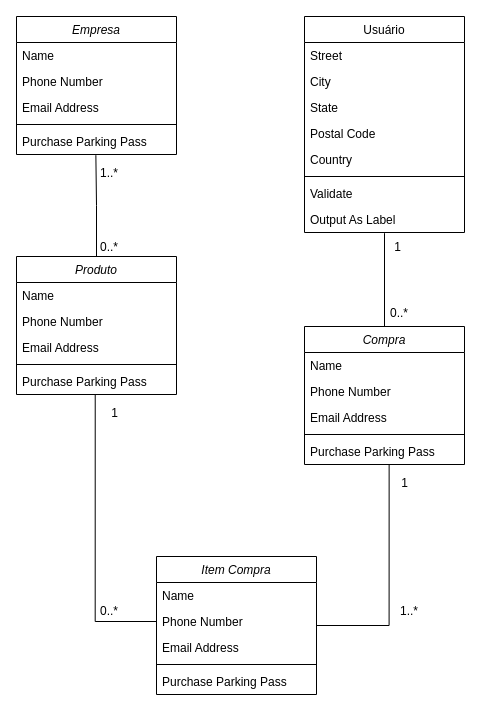
kenzomurata/aula-de-programacao keeps this draw.io diagram as Diagrama sem nome.drawio. Above is the earlier version. Source tidied: cells renumbered, new cells numbered last; positions are measured from the earlier drawing's top-left corner, leaving out a move shared by most shapes. Both pictures are drawn from the tidied source at 100%, with x=0, y=0 at pixel (-4, 16).
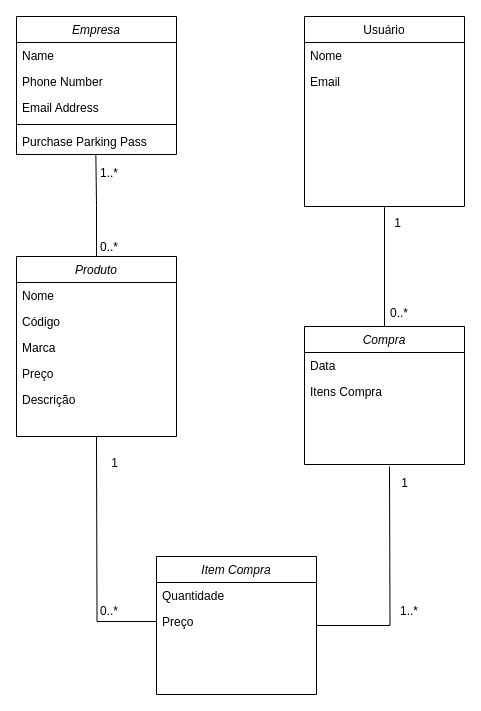
The same diagram, later.

Unchanged cells that the change refers to:
```xml
<mxCell id="25" value="Compra" style="swimlane;fontStyle=2;align=center;verticalAlign=top;horizontal=1;startSize=26;rounded=0;shadow=0;strokeWidth=1;" parent="1" vertex="1">
  <mxGeometry x="308" y="310" width="160" height="138" as="geometry" />
</mxCell>
<mxCell id="33" value="Item Compra" style="swimlane;fontStyle=2;align=center;verticalAlign=top;horizontal=1;startSize=26;rounded=0;shadow=0;strokeWidth=1;" parent="1" vertex="1">
  <mxGeometry x="160" y="540" width="160" height="138" as="geometry" />
</mxCell>
```

The edit, as a diff of the source:
```diff
@@
     <mxCell id="8" value="Usuário" style="swimlane;fontStyle=0;align=center;verticalAlign=top;horizontal=1;startSize=26;rounded=0;shadow=0;strokeWidth=1;" parent="1" vertex="1">
-      <mxGeometry x="308" width="160" height="216" as="geometry" />
+      <mxGeometry x="308" width="160" height="190" as="geometry" />
     </mxCell>
-    <mxCell id="9" value="Street" style="text;align=left;verticalAlign=top;spacingLeft=4;spacingRight=4;overflow=hidden;" parent="8" vertex="1">
+    <mxCell id="9" value="Nome" style="text;align=left;verticalAlign=top;spacingLeft=4;spacingRight=4;overflow=hidden;" parent="8" vertex="1">
       <mxGeometry y="26" width="160" height="26" as="geometry" />
     </mxCell>
-    <mxCell id="10" value="City" style="text;align=left;verticalAlign=top;spacingLeft=4;spacingRight=4;overflow=hidden;rounded=0;shadow=0;html=0;" parent="8" vertex="1">
+    <mxCell id="10" value="Email" style="text;align=left;verticalAlign=top;spacingLeft=4;spacingRight=4;overflow=hidden;rounded=0;shadow=0;html=0;" parent="8" vertex="1">
       <mxGeometry y="52" width="160" height="26" as="geometry" />
     </mxCell>
-    <mxCell id="11" value="State" style="text;align=left;verticalAlign=top;spacingLeft=4;spacingRight=4;overflow=hidden;rounded=0;shadow=0;html=0;" parent="8" vertex="1">
-      <mxGeometry y="78" width="160" height="26" as="geometry" />
-    </mxCell>
-    <mxCell id="12" value="Postal Code" style="text;align=left;verticalAlign=top;spacingLeft=4;spacingRight=4;overflow=hidden;rounded=0;shadow=0;html=0;" parent="8" vertex="1">
-      <mxGeometry y="104" width="160" height="26" as="geometry" />
-    </mxCell>
-    <mxCell id="13" value="Country" style="text;align=left;verticalAlign=top;spacingLeft=4;spacingRight=4;overflow=hidden;rounded=0;shadow=0;html=0;" parent="8" vertex="1">
-      <mxGeometry y="130" width="160" height="26" as="geometry" />
-    </mxCell>
-    <mxCell id="14" style="line;html=1;strokeWidth=1;align=left;verticalAlign=middle;spacingTop=-1;spacingLeft=3;spacingRight=3;labelPosition=right;" parent="8" vertex="1">
-      <mxGeometry y="156" width="160" height="8" as="geometry" />
-    </mxCell>
-    <mxCell id="15" value="Validate" style="text;align=left;verticalAlign=top;spacingLeft=4;spacingRight=4;overflow=hidden;" parent="8" vertex="1">
-      <mxGeometry y="164" width="160" height="26" as="geometry" />
-    </mxCell>
-    <mxCell id="16" value="Output As Label" style="text;align=left;verticalAlign=top;spacingLeft=4;spacingRight=4;overflow=hidden;points=[[0,0.5],[1,0.5]];portConstraint=eastwest;" parent="8" vertex="1">
-      <mxGeometry y="190" width="160" height="26" as="geometry" />
-    </mxCell>
@@
     <mxCell id="18" value="Produto" style="swimlane;fontStyle=2;align=center;verticalAlign=top;horizontal=1;startSize=26;rounded=0;shadow=0;strokeWidth=1;" parent="1" vertex="1">
-      <mxGeometry x="20" y="240" width="160" height="138" as="geometry" />
+      <mxGeometry x="20" y="240" width="160" height="180" as="geometry" />
     </mxCell>
-    <mxCell id="19" value="Name" style="text;align=left;verticalAlign=top;spacingLeft=4;spacingRight=4;overflow=hidden;" parent="18" vertex="1">
+    <mxCell id="19" value="Nome" style="text;align=left;verticalAlign=top;spacingLeft=4;spacingRight=4;overflow=hidden;" parent="18" vertex="1">
       <mxGeometry y="26" width="160" height="26" as="geometry" />
     </mxCell>
+    <mxCell id="21" value="Código" style="text;align=left;verticalAlign=top;spacingLeft=4;spacingRight=4;overflow=hidden;rounded=0;shadow=0;html=0;" parent="18" vertex="1">
+      <mxGeometry y="52" width="160" height="26" as="geometry" />
+    </mxCell>
-    <mxCell id="20" value="Phone Number" style="text;align=left;verticalAlign=top;spacingLeft=4;spacingRight=4;overflow=hidden;rounded=0;shadow=0;html=0;" parent="18" vertex="1">
-      <mxGeometry y="52" width="160" height="26" as="geometry" />
+    <mxCell id="20" value="Marca" style="text;align=left;verticalAlign=top;spacingLeft=4;spacingRight=4;overflow=hidden;rounded=0;shadow=0;html=0;" parent="18" vertex="1">
+      <mxGeometry y="78" width="160" height="26" as="geometry" />
     </mxCell>
-    <mxCell id="21" value="Email Address" style="text;align=left;verticalAlign=top;spacingLeft=4;spacingRight=4;overflow=hidden;rounded=0;shadow=0;html=0;" parent="18" vertex="1">
-      <mxGeometry y="78" width="160" height="26" as="geometry" />
-    </mxCell>
-    <mxCell id="22" style="line;html=1;strokeWidth=1;align=left;verticalAlign=middle;spacingTop=-1;spacingLeft=3;spacingRight=3;labelPosition=right;" parent="18" vertex="1">
-      <mxGeometry y="104" width="160" height="8" as="geometry" />
-    </mxCell>
-    <mxCell id="23" value="Purchase Parking Pass" style="text;align=left;verticalAlign=top;spacingLeft=4;spacingRight=4;overflow=hidden;points=[[0,0.5],[1,0.5]];portConstraint=eastwest;" parent="18" vertex="1">
-      <mxGeometry y="112" width="160" height="26" as="geometry" />
-    </mxCell>
+    <mxCell id="47" value="Preço" style="text;align=left;verticalAlign=top;spacingLeft=4;spacingRight=4;overflow=hidden;rounded=0;shadow=0;html=0;" parent="18" vertex="1">
+      <mxGeometry y="104" width="160" height="26" as="geometry" />
+    </mxCell>
+    <mxCell id="48" value="Descrição" style="text;align=left;verticalAlign=top;spacingLeft=4;spacingRight=4;overflow=hidden;rounded=0;shadow=0;html=0;" parent="18" vertex="1">
+      <mxGeometry y="130" width="160" height="26" as="geometry" />
+    </mxCell>
-    <mxCell id="24" style="rounded=0;jettySize=auto;html=1;exitX=0.5;exitY=0;exitDx=0;exitDy=0;entryX=0.5;entryY=1.026;entryDx=0;entryDy=0;entryPerimeter=0;strokeColor=default;endArrow=none;endFill=0;startArrow=none;startFill=0;labelPosition=right;verticalLabelPosition=top;align=left;verticalAlign=bottom;" parent="1" edge="1" source="25" target="16">
-      <mxGeometry relative="1" as="geometry" />
+    <mxCell id="24" style="rounded=0;jettySize=auto;html=1;exitX=0.5;exitY=0;exitDx=0;exitDy=0;entryX=0.5;entryY=1.026;entryDx=0;entryDy=0;entryPerimeter=0;strokeColor=default;endArrow=none;endFill=0;startArrow=none;startFill=0;labelPosition=right;verticalLabelPosition=top;align=left;verticalAlign=bottom;" parent="1" edge="1" source="25">
+      <mxGeometry relative="1" as="geometry">
+        <mxPoint x="388" y="190.7" as="targetPoint" />
+      </mxGeometry>
     </mxCell>
@@
-    <mxCell id="26" value="Name" style="text;align=left;verticalAlign=top;spacingLeft=4;spacingRight=4;overflow=hidden;" parent="25" vertex="1">
+    <mxCell id="26" value="Data" style="text;align=left;verticalAlign=top;spacingLeft=4;spacingRight=4;overflow=hidden;" parent="25" vertex="1">
       <mxGeometry y="26" width="160" height="26" as="geometry" />
     </mxCell>
-    <mxCell id="27" value="Phone Number" style="text;align=left;verticalAlign=top;spacingLeft=4;spacingRight=4;overflow=hidden;rounded=0;shadow=0;html=0;" parent="25" vertex="1">
+    <mxCell id="27" value="Itens Compra" style="text;align=left;verticalAlign=top;spacingLeft=4;spacingRight=4;overflow=hidden;rounded=0;shadow=0;html=0;" parent="25" vertex="1">
       <mxGeometry y="52" width="160" height="26" as="geometry" />
     </mxCell>
-    <mxCell id="28" value="Email Address" style="text;align=left;verticalAlign=top;spacingLeft=4;spacingRight=4;overflow=hidden;rounded=0;shadow=0;html=0;" parent="25" vertex="1">
-      <mxGeometry y="78" width="160" height="26" as="geometry" />
-    </mxCell>
-    <mxCell id="29" style="line;html=1;strokeWidth=1;align=left;verticalAlign=middle;spacingTop=-1;spacingLeft=3;spacingRight=3;labelPosition=right;" parent="25" vertex="1">
-      <mxGeometry y="104" width="160" height="8" as="geometry" />
-    </mxCell>
-    <mxCell id="30" value="Purchase Parking Pass" style="text;align=left;verticalAlign=top;spacingLeft=4;spacingRight=4;overflow=hidden;points=[[0,0.5],[1,0.5]];portConstraint=eastwest;" parent="25" vertex="1">
-      <mxGeometry y="112" width="160" height="26" as="geometry" />
-    </mxCell>
     <mxCell id="31" value="1" style="align=right;verticalAlign=bottom;labelBackgroundColor=none;fontSize=12;" parent="1" vertex="1">
-      <mxGeometry x="283" y="84" as="geometry">
+      <mxGeometry x="283" y="60" as="geometry">
         <mxPoint x="123" y="155" as="offset" />
       </mxGeometry>
     </mxCell>
-    <mxCell id="32" style="edgeStyle=orthogonalEdgeStyle;rounded=0;jettySize=auto;html=1;exitX=1;exitY=0.5;exitDx=0;exitDy=0;entryX=0.529;entryY=1;entryDx=0;entryDy=0;entryPerimeter=0;endArrow=none;endFill=0;" parent="1" edge="1" source="33" target="30">
-      <mxGeometry relative="1" as="geometry" />
+    <mxCell id="32" style="edgeStyle=orthogonalEdgeStyle;rounded=0;jettySize=auto;html=1;exitX=1;exitY=0.5;exitDx=0;exitDy=0;endArrow=none;endFill=0;" parent="1" edge="1" source="33">
+      <mxGeometry relative="1" as="geometry">
+        <mxPoint x="393" y="450" as="targetPoint" />
+      </mxGeometry>
     </mxCell>
@@
-    <mxCell id="34" value="Name" style="text;align=left;verticalAlign=top;spacingLeft=4;spacingRight=4;overflow=hidden;" parent="33" vertex="1">
+    <mxCell id="34" value="Quantidade" style="text;align=left;verticalAlign=top;spacingLeft=4;spacingRight=4;overflow=hidden;" parent="33" vertex="1">
       <mxGeometry y="26" width="160" height="26" as="geometry" />
     </mxCell>
-    <mxCell id="35" value="Phone Number" style="text;align=left;verticalAlign=top;spacingLeft=4;spacingRight=4;overflow=hidden;points=[[0,0.5],[1,0.5]];portConstraint=eastwest;rounded=0;shadow=0;html=0;" parent="33" vertex="1">
+    <mxCell id="35" value="Preço" style="text;align=left;verticalAlign=top;spacingLeft=4;spacingRight=4;overflow=hidden;points=[[0,0.5],[1,0.5]];portConstraint=eastwest;rounded=0;shadow=0;html=0;" parent="33" vertex="1">
       <mxGeometry y="52" width="160" height="26" as="geometry" />
     </mxCell>
-    <mxCell id="36" value="Email Address" style="text;align=left;verticalAlign=top;spacingLeft=4;spacingRight=4;overflow=hidden;rounded=0;shadow=0;html=0;" parent="33" vertex="1">
-      <mxGeometry y="78" width="160" height="26" as="geometry" />
-    </mxCell>
-    <mxCell id="37" style="line;html=1;strokeWidth=1;align=left;verticalAlign=middle;spacingTop=-1;spacingLeft=3;spacingRight=3;labelPosition=right;" parent="33" vertex="1">
-      <mxGeometry y="104" width="160" height="8" as="geometry" />
-    </mxCell>
-    <mxCell id="38" value="Purchase Parking Pass" style="text;align=left;verticalAlign=top;spacingLeft=4;spacingRight=4;overflow=hidden;" parent="33" vertex="1">
-      <mxGeometry y="112" width="160" height="26" as="geometry" />
-    </mxCell>
@@
-    <mxCell id="40" style="edgeStyle=orthogonalEdgeStyle;rounded=0;jettySize=auto;html=1;exitX=0;exitY=0.5;exitDx=0;exitDy=0;entryX=0.492;entryY=1;entryDx=0;entryDy=0;entryPerimeter=0;endArrow=none;endFill=0;" parent="1" edge="1" source="35" target="23">
-      <mxGeometry relative="1" as="geometry" />
+    <mxCell id="40" style="edgeStyle=orthogonalEdgeStyle;rounded=0;jettySize=auto;html=1;exitX=0;exitY=0.5;exitDx=0;exitDy=0;endArrow=none;endFill=0;" parent="1" edge="1" source="35">
+      <mxGeometry relative="1" as="geometry">
+        <mxPoint x="100" y="420" as="targetPoint" />
+      </mxGeometry>
     </mxCell>
     <mxCell id="41" value="1" style="align=right;verticalAlign=bottom;labelBackgroundColor=none;fontSize=12;" parent="1" vertex="1">
-      <mxGeometry y="250" as="geometry">
+      <mxGeometry y="300" as="geometry">
         <mxPoint x="123" y="155" as="offset" />
       </mxGeometry>
     </mxCell>
```
